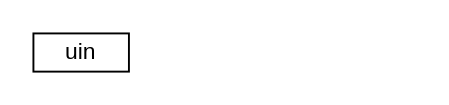
Earlier version of the draw.io diagram quchong1.drawio (checkking/diagrams). Source tidied: cells renumbered, new cells numbered last; positions are measured from the earlier drawing's top-left corner, leaving out a move shared by most shapes. Both pictures are drawn from the tidied source at 191%, with x=0, y=0 at pixel (32, 32).
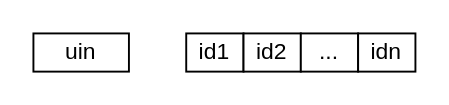
The same page after the edit.

What changed in the source:
```diff
@@
 <mxGraphModel>
   <root>
     <mxCell id="0" />
     <mxCell id="1" parent="0" />
     <mxCell id="2" value="uin" style="rounded=0;whiteSpace=wrap;html=1;" parent="1" vertex="1">
       <mxGeometry width="50" height="20" as="geometry" />
     </mxCell>
+    <mxCell id="3" value="id1" style="rounded=0;whiteSpace=wrap;html=1;" parent="1" vertex="1">
+      <mxGeometry x="80" width="30" height="20" as="geometry" />
+    </mxCell>
+    <mxCell id="4" value="id2" style="rounded=0;whiteSpace=wrap;html=1;" parent="1" vertex="1">
+      <mxGeometry x="110" width="30" height="20" as="geometry" />
+    </mxCell>
+    <mxCell id="5" value="..." style="rounded=0;whiteSpace=wrap;html=1;" parent="1" vertex="1">
+      <mxGeometry x="140" width="30" height="20" as="geometry" />
+    </mxCell>
+    <mxCell id="6" value="idn" style="rounded=0;whiteSpace=wrap;html=1;" parent="1" vertex="1">
+      <mxGeometry x="170" width="30" height="20" as="geometry" />
+    </mxCell>
   </root>
 </mxGraphModel>
```
